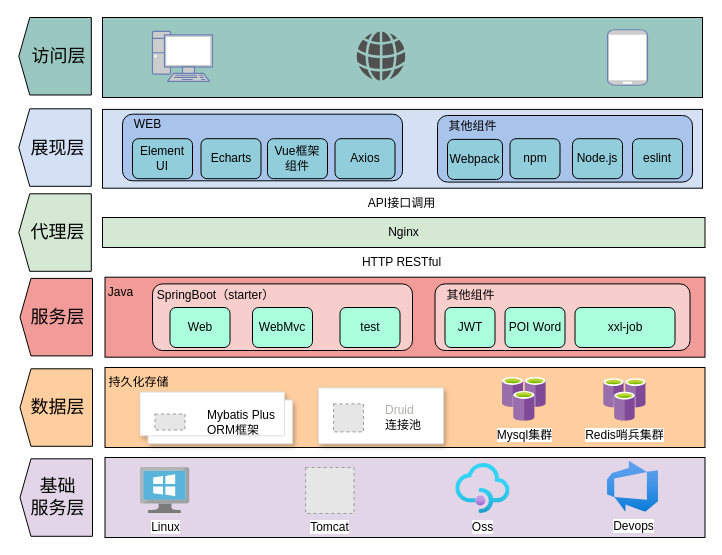
This is 未命名绘图.drawio from PXNPXN/MyHexo, a draw.io file, before an edit. Source tidied: cells renumbered, new cells numbered last; positions are measured from the earlier drawing's top-left corner, leaving out a move shared by most shapes. Both pictures are drawn from the tidied source at 100%, with x=0, y=0 at pixel (16, 17). Pictures stored in the file or linked from it are replaced by grey dashed boxes.
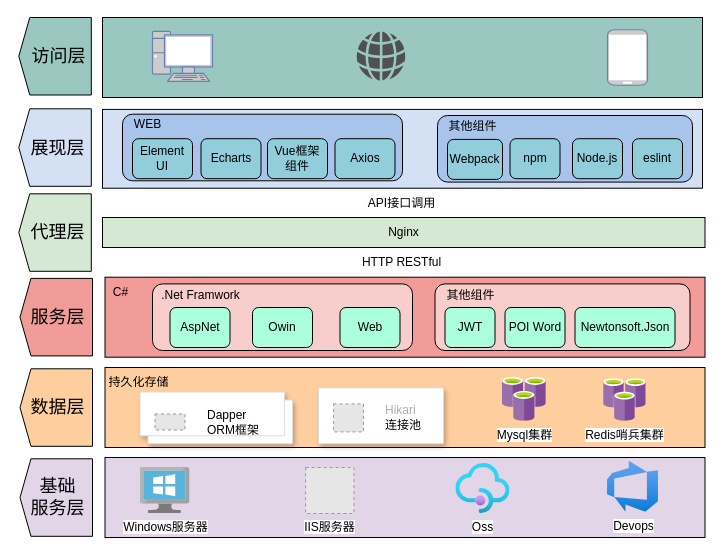
The same diagram, later.

Commit message:
桥梁配置管理系统C#版本.drawio

The change refers to these unchanged cells:
```xml
<mxCell id="25" style="shape=mxgraph.gcp2.doubleRect;strokeColor=#dddddd;shadow=1;strokeWidth=1;rounded=1;absoluteArcSize=1;arcSize=2;" parent="1" vertex="1">
  <mxGeometry x="123.5" y="374.5" width="152.5" height="51.8" as="geometry" />
</mxCell>
<mxCell id="27" style="strokeColor=#dddddd;shadow=1;strokeWidth=1;rounded=1;absoluteArcSize=1;arcSize=2;" parent="1" vertex="1">
  <mxGeometry x="302" y="370.4" width="125" height="55.9" as="geometry" />
</mxCell>
```

What changed in the source:
```diff
@@
-    <mxCell id="24" value="Linux" style="image;sketch=0;html=1;align=center;fontSize=12;image=img/lib/mscae/VirtualMachineWindows.svg;" parent="1" vertex="1">
+    <mxCell id="24" value="Windows服务器" style="image;sketch=0;html=1;align=center;fontSize=12;image=img/lib/mscae/VirtualMachineWindows.svg;" parent="1" vertex="1">
       <mxGeometry x="123.5" y="450" width="50" height="46" as="geometry" />
     </mxCell>
@@
-    <mxCell id="26" value="&lt;font style=&quot;--darkreader-inline-color: #b0afac;&quot; color=&quot;#000000&quot;&gt;Mybatis Plus&amp;nbsp;&lt;/font&gt;&lt;div&gt;&lt;font style=&quot;--darkreader-inline-color: #b0afac;&quot; color=&quot;#000000&quot;&gt;ORM框架&lt;/font&gt;&lt;/div&gt;" style="fillColor=#E6E6E6;strokeColor=#999999;dashed=1;html=1;fontColor=#999999;verticalLabelPosition=middle;verticalAlign=middle;labelPosition=right;align=left;spacingLeft=20;" parent="25" vertex="1">
+    <mxCell id="26" value="&lt;font style=&quot;--darkreader-inline-color: #b0afac;&quot; color=&quot;#000000&quot;&gt;Dapper&amp;nbsp;&lt;/font&gt;&lt;div&gt;&lt;font style=&quot;--darkreader-inline-color: #b0afac;&quot; color=&quot;#000000&quot;&gt;ORM框架&lt;/font&gt;&lt;/div&gt;" style="fillColor=#E6E6E6;strokeColor=#999999;dashed=1;html=1;fontColor=#999999;verticalLabelPosition=middle;verticalAlign=middle;labelPosition=right;align=left;spacingLeft=20;" parent="25" vertex="1">
       <mxGeometry width="30" height="16" relative="1" as="geometry">
         <mxPoint x="15" y="22" as="offset" />
       </mxGeometry>
     </mxCell>
@@
-    <mxCell id="28" value="&lt;font style=&quot;--darkreader-inline-color: #88837c;&quot; color=&quot;#b0afac&quot;&gt;Druid&lt;/font&gt;&lt;br&gt;&lt;div&gt;&lt;font style=&quot;--darkreader-inline-color: #b0afac;&quot; color=&quot;#000000&quot;&gt;连接池&lt;/font&gt;&lt;/div&gt;" style="fillColor=#E6E6E6;strokeColor=#999999;dashed=1;html=1;fontColor=#999999;verticalLabelPosition=middle;verticalAlign=middle;labelPosition=right;align=left;spacingLeft=20;" parent="27" vertex="1">
+    <mxCell id="28" value="&lt;font color=&quot;#b0afac&quot;&gt;Hikari&lt;/font&gt;&lt;br&gt;&lt;div&gt;&lt;font style=&quot;--darkreader-inline-color: #b0afac;&quot; color=&quot;#000000&quot;&gt;连接池&lt;/font&gt;&lt;/div&gt;" style="fillColor=#E6E6E6;strokeColor=#999999;dashed=1;html=1;fontColor=#999999;verticalLabelPosition=middle;verticalAlign=middle;labelPosition=right;align=left;spacingLeft=20;" parent="27" vertex="1">
       <mxGeometry width="30" height="28" relative="1" as="geometry">
         <mxPoint x="15" y="16" as="offset" />
       </mxGeometry>
     </mxCell>
@@
-    <mxCell id="30" value="SpringBoot（starter）" style="text;html=1;align=center;verticalAlign=middle;strokeColor=none;fillColor=none;" parent="1" vertex="1">
-      <mxGeometry x="128.5" y="263.4" width="140" height="30" as="geometry" />
+    <mxCell id="30" value=".Net Framwork" style="text;html=1;align=center;verticalAlign=middle;strokeColor=none;fillColor=none;" parent="1" vertex="1">
+      <mxGeometry x="133.5" y="263.4" width="100" height="30" as="geometry" />
     </mxCell>
-    <mxCell id="31" value="Web" style="rounded=1;whiteSpace=wrap;html=1;fillColor=#acffdc;" parent="1" vertex="1">
+    <mxCell id="31" value="AspNet" style="rounded=1;whiteSpace=wrap;html=1;fillColor=#acffdc;" parent="1" vertex="1">
       <mxGeometry x="153.5" y="290" width="60" height="40" as="geometry" />
     </mxCell>
@@
-    <mxCell id="36" value="WebMvc" style="rounded=1;whiteSpace=wrap;html=1;fillColor=#ACFFDC;" parent="1" vertex="1">
+    <mxCell id="36" value="Owin" style="rounded=1;whiteSpace=wrap;html=1;fillColor=#ACFFDC;" parent="1" vertex="1">
       <mxGeometry x="236" y="290" width="60" height="40" as="geometry" />
     </mxCell>
-    <mxCell id="37" value="xxl-job" style="rounded=1;whiteSpace=wrap;html=1;fillColor=#ACFFDC;" parent="1" vertex="1">
+    <mxCell id="37" value="Newtonsoft.Json" style="rounded=1;whiteSpace=wrap;html=1;fillColor=#ACFFDC;" parent="1" vertex="1">
       <mxGeometry x="558.5" y="290" width="100" height="40" as="geometry" />
     </mxCell>
-    <mxCell id="38" value="test" style="rounded=1;whiteSpace=wrap;html=1;fillColor=#ACFFDC;" parent="1" vertex="1">
+    <mxCell id="38" value="Web" style="rounded=1;whiteSpace=wrap;html=1;fillColor=#ACFFDC;" parent="1" vertex="1">
       <mxGeometry x="323.5" y="290" width="60" height="40" as="geometry" />
     </mxCell>
@@
-    <mxCell id="41" value="Java" style="text;html=1;align=center;verticalAlign=middle;strokeColor=none;fillColor=none;" parent="1" vertex="1">
-      <mxGeometry x="78.5" y="259.7" width="50" height="30" as="geometry" />
+    <mxCell id="41" value="C#" style="text;html=1;align=center;verticalAlign=middle;strokeColor=none;fillColor=none;" parent="1" vertex="1">
+      <mxGeometry x="83.5" y="259.7" width="40" height="30" as="geometry" />
     </mxCell>
@@
-    <mxCell id="43" value="Tomcat" style="fillColor=#E6E6E6;strokeColor=#999999;dashed=1;html=1;verticalLabelPosition=bottom;labelBackgroundColor=#ffffff;verticalAlign=top;" parent="1" vertex="1">
+    <mxCell id="43" value="IIS服务器" style="fillColor=#E6E6E6;strokeColor=#999999;dashed=1;html=1;verticalLabelPosition=bottom;labelBackgroundColor=#ffffff;verticalAlign=top;" parent="1" vertex="1">
       <mxGeometry x="289.1" y="450" width="48.4" height="46" as="geometry" />
     </mxCell>
```
